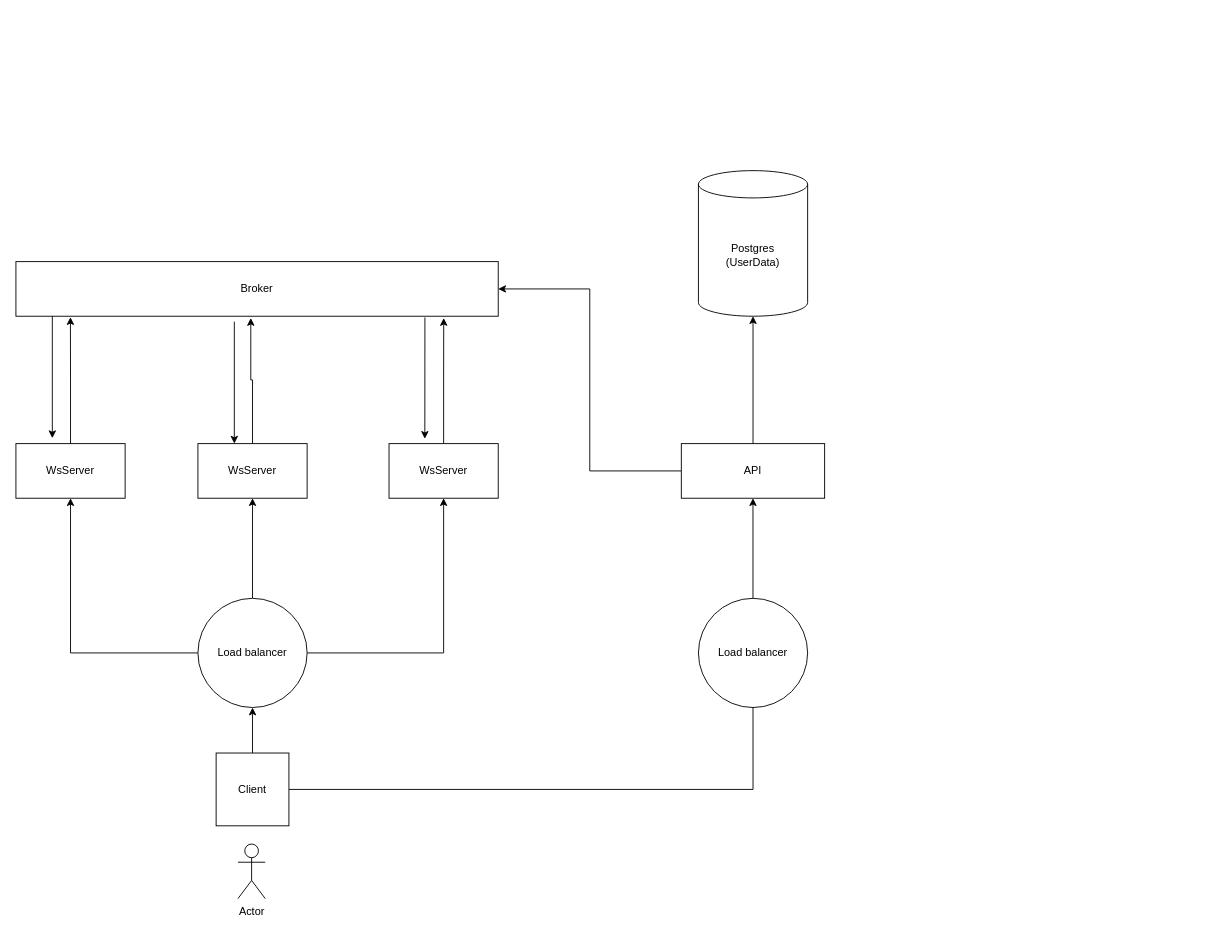
Earlier version of the draw.io diagram Диаграмма без названия.drawio (Refreezer/diagrams). Source tidied: cells renumbered, new cells numbered last; positions are measured from the earlier drawing's top-left corner, leaving out a move shared by most shapes. Both pictures are drawn from the tidied source at 91%, with x=0, y=0 at pixel (15, 170).
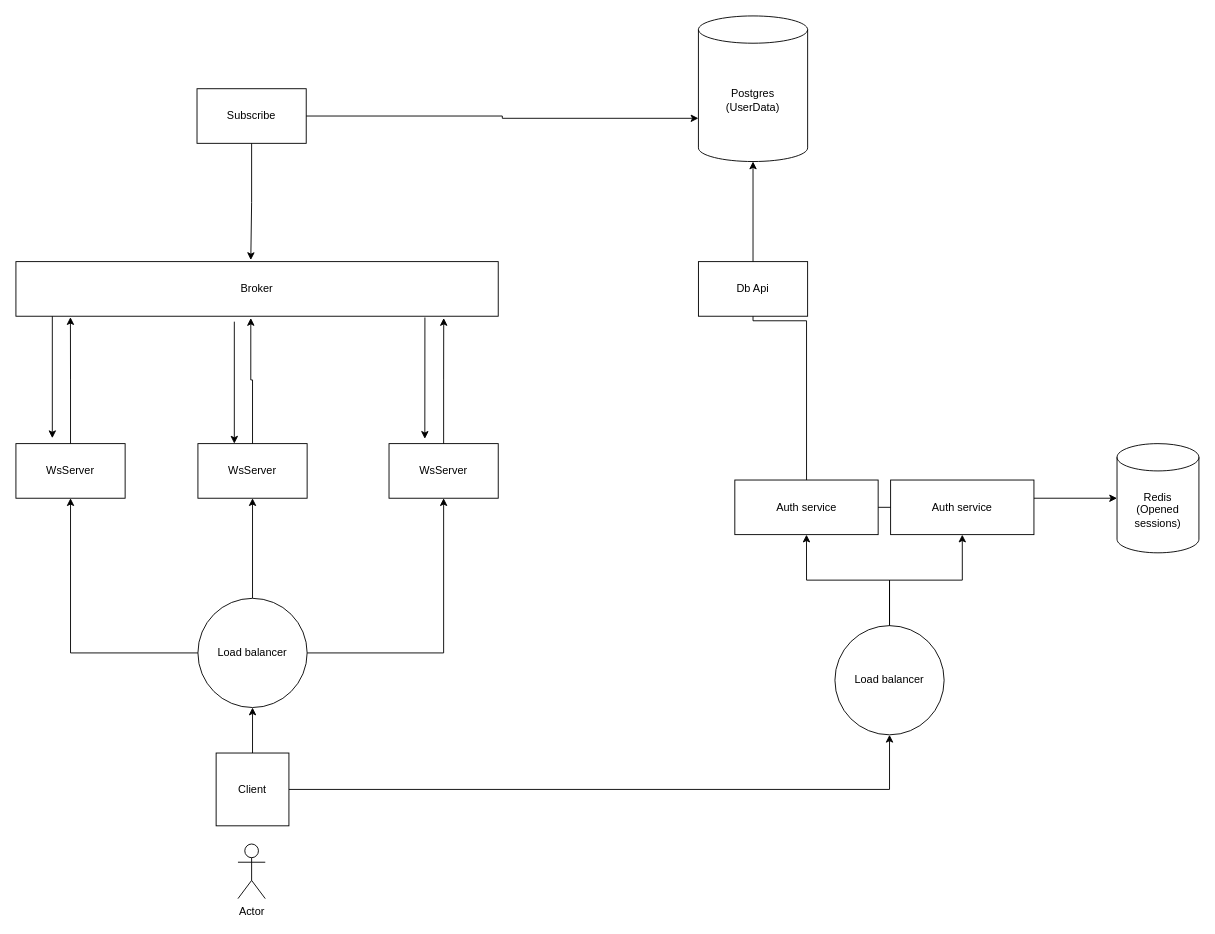
The same diagram, later.

Unchanged cells that the change refers to:
```xml
<mxCell id="7" value="Client" style="whiteSpace=wrap;html=1;" parent="1" vertex="1">
  <mxGeometry x="220" y="640" width="80" height="80" as="geometry" />
</mxCell>
<mxCell id="8" value="Broker" style="rounded=0;whiteSpace=wrap;html=1;" parent="1" vertex="1">
  <mxGeometry y="100" width="530" height="60" as="geometry" />
</mxCell>
```

What changed in the source:
```diff
@@
-    <mxCell id="6" style="edgeStyle=orthogonalEdgeStyle;rounded=0;jettySize=auto;html=1;entryX=1;entryY=0.5;entryDx=0;entryDy=0;" parent="1" edge="1" source="7" target="22">
-      <mxGeometry relative="1" as="geometry" />
-    </mxCell>
+    <mxCell id="25" style="edgeStyle=orthogonalEdgeStyle;rounded=0;jettySize=auto;html=1;entryX=0.5;entryY=1;entryDx=0;entryDy=0;" parent="1" edge="1" source="7" target="24">
+      <mxGeometry relative="1" as="geometry" />
+    </mxCell>
@@
     <mxCell id="20" value="&lt;div&gt;Postgres&lt;/div&gt;&lt;div&gt;(UserData)&lt;br&gt;&lt;/div&gt;" style="shape=cylinder3;whiteSpace=wrap;html=1;boundedLbl=1;backgroundOutline=1;size=15;" parent="1" vertex="1">
-      <mxGeometry x="750" width="120" height="160" as="geometry" />
+      <mxGeometry x="750" y="-170" width="120" height="160" as="geometry" />
     </mxCell>
-    <mxCell id="21" style="edgeStyle=orthogonalEdgeStyle;rounded=0;jettySize=auto;html=1;entryX=1;entryY=0.5;entryDx=0;entryDy=0;" parent="1" edge="1" source="22" target="8">
-      <mxGeometry relative="1" as="geometry" />
-    </mxCell>
-    <mxCell id="22" value="API" style="whiteSpace=wrap;html=1;direction=south;" parent="1" vertex="1">
-      <mxGeometry x="731.2" y="300" width="157.5" height="60" as="geometry" />
+    <mxCell id="22" value="Auth service" style="whiteSpace=wrap;html=1;direction=south;" parent="1" vertex="1">
+      <mxGeometry x="790" y="340" width="157.5" height="60" as="geometry" />
     </mxCell>
@@
+    <mxCell id="26" style="edgeStyle=orthogonalEdgeStyle;rounded=0;jettySize=auto;html=1;exitX=0;exitY=0;exitDx=0;exitDy=0;entryX=1;entryY=0.5;entryDx=0;entryDy=0;" parent="1" edge="1" source="24" target="22">
+      <mxGeometry relative="1" as="geometry">
+        <Array as="points">
+          <mxPoint x="960" y="518" />
+          <mxPoint x="960" y="450" />
+          <mxPoint x="869" y="450" />
+        </Array>
+      </mxGeometry>
+    </mxCell>
+    <mxCell id="27" style="edgeStyle=orthogonalEdgeStyle;rounded=0;jettySize=auto;html=1;exitX=1;exitY=0;exitDx=0;exitDy=0;entryX=1;entryY=0.5;entryDx=0;entryDy=0;" parent="1" edge="1" source="24" target="34">
+      <mxGeometry relative="1" as="geometry">
+        <Array as="points">
+          <mxPoint x="960" y="518" />
+          <mxPoint x="960" y="450" />
+          <mxPoint x="1040" y="450" />
+        </Array>
+      </mxGeometry>
+    </mxCell>
     <mxCell id="24" value="Load balancer" style="ellipse;whiteSpace=wrap;html=1;" parent="1" vertex="1">
-      <mxGeometry x="750" y="470" width="120" height="120" as="geometry" />
+      <mxGeometry x="900" y="500" width="120" height="120" as="geometry" />
     </mxCell>
+    <mxCell id="28" value="Subscribe" style="rounded=0;whiteSpace=wrap;html=1;" parent="1" vertex="1">
+      <mxGeometry x="199" y="-90" width="120" height="60" as="geometry" />
+    </mxCell>
+    <mxCell id="29" style="edgeStyle=orthogonalEdgeStyle;rounded=0;jettySize=auto;html=1;entryX=0;entryY=0;entryDx=0;entryDy=112.5;entryPerimeter=0;" parent="1" edge="1" source="28" target="20">
+      <mxGeometry relative="1" as="geometry" />
+    </mxCell>
+    <mxCell id="30" style="edgeStyle=orthogonalEdgeStyle;rounded=0;jettySize=auto;html=1;entryX=0.487;entryY=-0.029;entryDx=0;entryDy=0;entryPerimeter=0;" parent="1" edge="1" source="28" target="8">
+      <mxGeometry relative="1" as="geometry" />
+    </mxCell>
+    <mxCell id="31" value="&lt;div&gt;Redis&lt;/div&gt;&lt;div&gt;(Opened sessions)&lt;br&gt;&lt;/div&gt;" style="shape=cylinder3;whiteSpace=wrap;html=1;boundedLbl=1;backgroundOutline=1;size=15;" parent="1" vertex="1">
+      <mxGeometry x="1210" y="300" width="90" height="120" as="geometry" />
+    </mxCell>
+    <mxCell id="32" style="edgeStyle=orthogonalEdgeStyle;rounded=0;jettySize=auto;html=1;entryX=0;entryY=0.5;entryDx=0;entryDy=0;entryPerimeter=0;" parent="1" edge="1" source="22" target="31">
+      <mxGeometry relative="1" as="geometry" />
+    </mxCell>
+    <mxCell id="33" value="Db Api" style="rounded=0;whiteSpace=wrap;html=1;" parent="1" vertex="1">
+      <mxGeometry x="750" y="100" width="120" height="60" as="geometry" />
+    </mxCell>
+    <mxCell id="34" value="Auth service" style="whiteSpace=wrap;html=1;direction=south;" parent="1" vertex="1">
+      <mxGeometry x="961.2" y="340" width="157.5" height="60" as="geometry" />
+    </mxCell>
```
